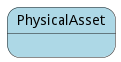
Above: docs/edgemere/cpl/pw/models/physicalasset/statenet.png in madajaju/edgemere (PlantUML), before the change.
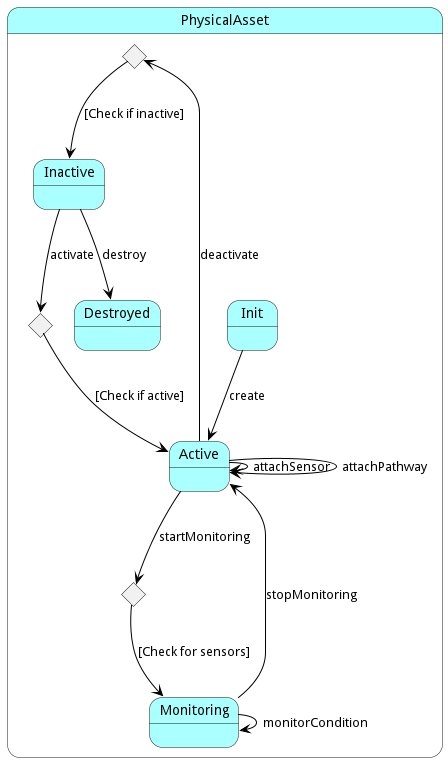
The same file after the commit.

What changed in the source:
```diff
@@ -2,10 +2,52 @@
 
 
 
-state PhysicalAsset #lightblue {
+state PhysicalAsset #aaffff {
+
+    state Init #aaffff {
+    }
+
+    state Active #aaffff {
+    }
+
+    state Inactive #aaffff {
+    }
+
+    state Monitoring #aaffff {
+    }
+
+    state Destroyed #aaffff {
+    }
 
 
 
+
+Init -[#black]--> Active : create
+
+state deactivateCondition <<choice>>
+Active -[#black]--> deactivateCondition : deactivate
+
+deactivateCondition -[#black]--> Inactive: [Check if inactive]
+
+state startMonitoringCondition <<choice>>
+Active -[#black]--> startMonitoringCondition : startMonitoring
+
+startMonitoringCondition -[#black]--> Monitoring: [Check for sensors]
+
+Active -[#black]--> Active : attachSensor
+
+Active -[#black]--> Active : attachPathway
+
+state activateCondition <<choice>>
+Inactive -[#black]--> activateCondition : activate
+
+activateCondition -[#black]--> Active: [Check if active]
+
+Inactive -[#black]--> Destroyed : destroy
+
+Monitoring -[#black]--> Active : stopMonitoring
+
+Monitoring -[#black]--> Monitoring : monitorCondition
 
 }
 
```
